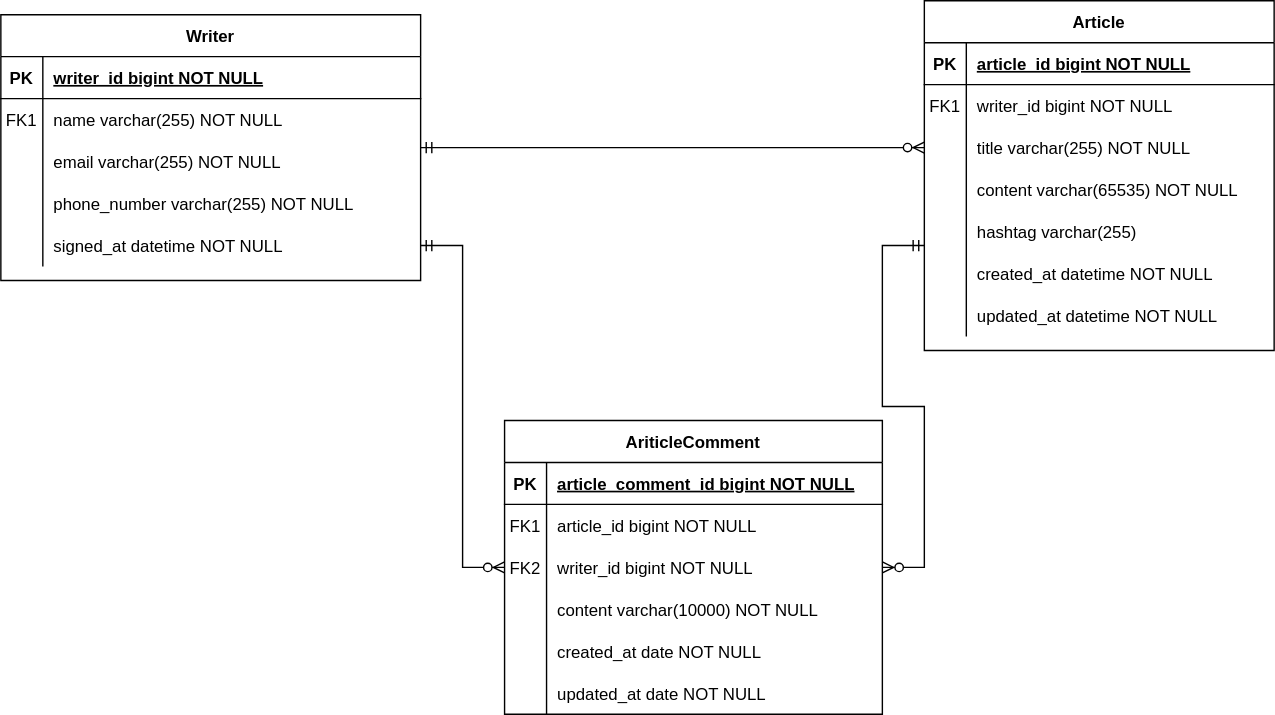
Earlier version of the draw.io export boarding-express/boardingExpress ERD.drawio.svg (6161990/T-Express). Source tidied: cells renumbered, new cells last; positions are measured from the earlier drawing's top-left corner, leaving out a move shared by most shapes.
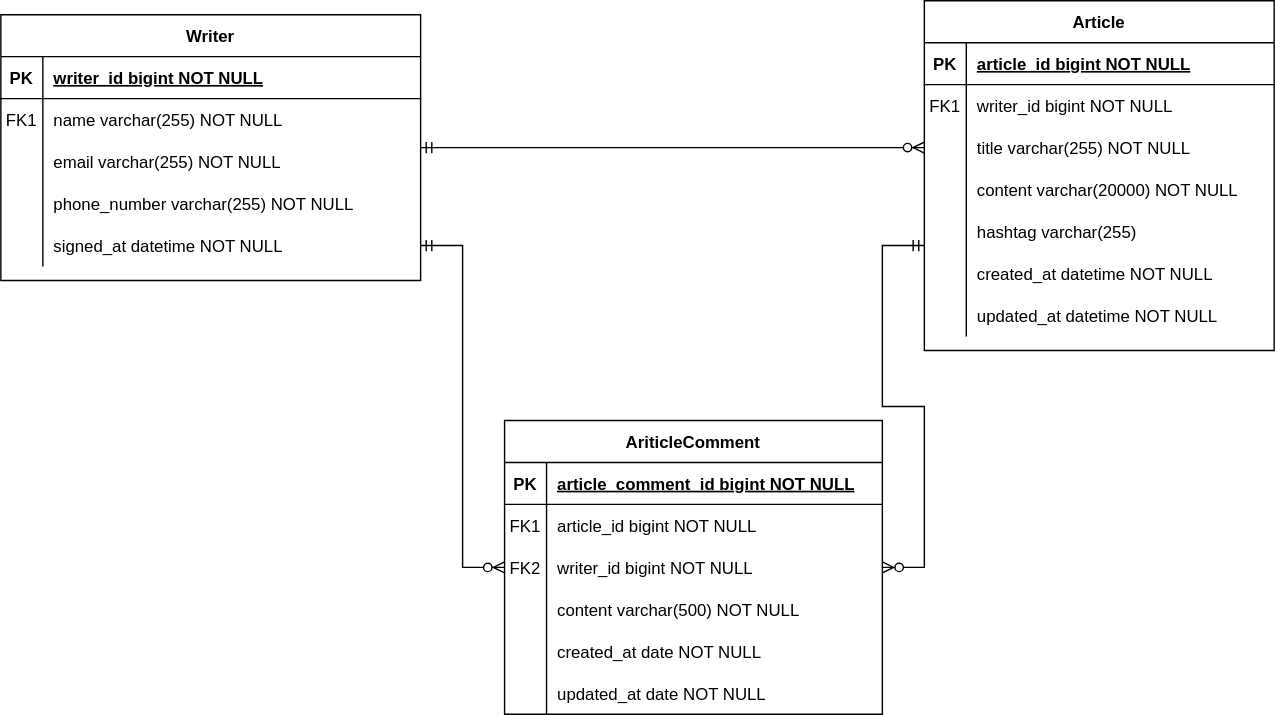
The same diagram one commit later.

Commit message:
#1 - modified column size

What changed in the source:
```diff
@@ -86,7 +86,7 @@
     <mxCell id="29" style="shape=partialRectangle;overflow=hidden;fillColor=none;top=0;left=0;bottom=0;right=0;" parent="28" vertex="1">
       <mxGeometry width="30" height="30" as="geometry" />
     </mxCell>
-    <mxCell id="30" value="content varchar(10000) NOT NULL" style="shape=partialRectangle;overflow=hidden;fillColor=none;top=0;left=0;bottom=0;right=0;align=left;spacingLeft=6;" parent="28" vertex="1">
+    <mxCell id="30" value="content varchar(500) NOT NULL" style="shape=partialRectangle;overflow=hidden;fillColor=none;top=0;left=0;bottom=0;right=0;align=left;spacingLeft=6;" parent="28" vertex="1">
       <mxGeometry x="30" width="240" height="30" as="geometry" />
     </mxCell>
     <mxCell id="31" style="shape=partialRectangle;fillColor=none;top=0;left=0;right=0;bottom=0;" parent="18" vertex="1">
@@ -143,7 +143,7 @@
     <mxCell id="48" style="shape=partialRectangle;overflow=hidden;fillColor=none;top=0;left=0;bottom=0;right=0;" parent="47" vertex="1">
       <mxGeometry width="30" height="30" as="geometry" />
     </mxCell>
-    <mxCell id="49" value="content varchar(65535) NOT NULL" style="shape=partialRectangle;overflow=hidden;fillColor=none;top=0;left=0;bottom=0;right=0;align=left;spacingLeft=6;" parent="47" vertex="1">
+    <mxCell id="49" value="content varchar(20000) NOT NULL" style="shape=partialRectangle;overflow=hidden;fillColor=none;top=0;left=0;bottom=0;right=0;align=left;spacingLeft=6;" parent="47" vertex="1">
       <mxGeometry x="30" width="220" height="30" as="geometry" />
     </mxCell>
     <mxCell id="50" style="shape=partialRectangle;fillColor=none;points=[[0,0.5],[1,0.5]];portConstraint=eastwest;top=0;left=0;right=0;bottom=0;" parent="37" vertex="1">
```
